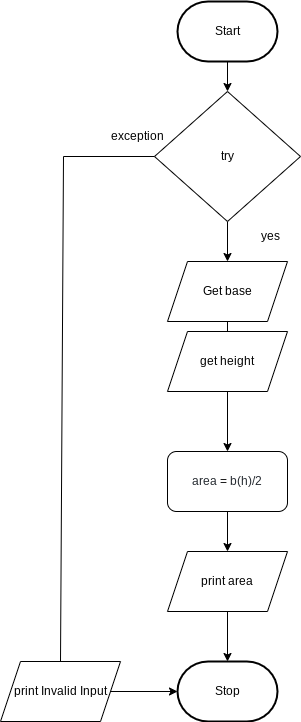
Above: Drawio/FlowChart.png in JacksonNaufal/-ICS3U-Unit5-02-Python (draw.io), before the change. Source tidied: cells renumbered, new cells last; positions are measured from the earlier drawing's top-left corner, leaving out a move shared by most shapes.
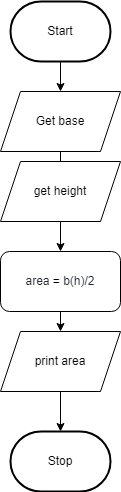
The same file after the commit.

Diff of the diagram source:
```diff
@@ -2,46 +2,21 @@
   <root>
     <mxCell id="0" />
     <mxCell id="1" parent="0" />
-    <mxCell id="2" style="edgeStyle=none;html=1;" parent="1" edge="1" source="3" target="7">
-      <mxGeometry relative="1" as="geometry" />
-    </mxCell>
+    <mxCell id="19" style="edgeStyle=none;html=1;entryX=0.5;entryY=0;entryDx=0;entryDy=0;" parent="1" edge="1" source="3" target="15">
+      <mxGeometry relative="1" as="geometry" />
+    </mxCell>
     <mxCell id="3" value="Start" style="strokeWidth=2;html=1;shape=mxgraph.flowchart.terminator;whiteSpace=wrap;" parent="1" vertex="1">
-      <mxGeometry x="177" width="100" height="60" as="geometry" />
+      <mxGeometry x="177" y="170" width="100" height="60" as="geometry" />
     </mxCell>
     <mxCell id="4" value="Stop" style="strokeWidth=2;html=1;shape=mxgraph.flowchart.terminator;whiteSpace=wrap;rounded=1;" parent="1" vertex="1">
-      <mxGeometry x="177" y="660" width="100" height="60" as="geometry" />
+      <mxGeometry x="177" y="600" width="100" height="60" as="geometry" />
     </mxCell>
-    <mxCell id="5" style="edgeStyle=none;html=1;fontSize=12;entryX=0;entryY=0.5;entryDx=0;entryDy=0;entryPerimeter=0;rounded=0;startArrow=none;" parent="1" edge="1" source="12" target="4">
-      <mxGeometry relative="1" as="geometry" />
-    </mxCell>
-    <mxCell id="6" style="edgeStyle=none;html=1;" parent="1" edge="1" source="7" target="15">
-      <mxGeometry relative="1" as="geometry" />
-    </mxCell>
-    <mxCell id="7" value="try" style="rhombus;whiteSpace=wrap;html=1;" parent="1" vertex="1">
-      <mxGeometry x="154" y="90" width="146" height="130" as="geometry" />
-    </mxCell>
     <mxCell id="8" style="edgeStyle=none;html=1;startArrow=none;" parent="1" edge="1" source="9" target="4">
       <mxGeometry relative="1" as="geometry" />
     </mxCell>
     <mxCell id="9" value="&lt;font style=&quot;font-size: 12px&quot;&gt;print area&lt;/font&gt;" style="shape=parallelogram;perimeter=parallelogramPerimeter;whiteSpace=wrap;html=1;fixedSize=1;fontSize=8;" parent="1" vertex="1">
-      <mxGeometry x="167" y="550" width="120" height="60" as="geometry" />
+      <mxGeometry x="167" y="500" width="120" height="60" as="geometry" />
     </mxCell>
-    <mxCell id="10" value="yes" style="text;html=1;strokeColor=none;fillColor=none;align=center;verticalAlign=middle;whiteSpace=wrap;rounded=0;fontSize=12;" parent="1" vertex="1">
-      <mxGeometry x="240" y="220" width="60" height="30" as="geometry" />
-    </mxCell>
-    <mxCell id="11" value="exception" style="text;html=1;strokeColor=none;fillColor=none;align=center;verticalAlign=middle;whiteSpace=wrap;rounded=0;fontSize=12;" parent="1" vertex="1">
-      <mxGeometry x="107" y="120" width="60" height="30" as="geometry" />
-    </mxCell>
-    <mxCell id="12" value="&lt;font style=&quot;font-size: 12px&quot;&gt;print Invalid Input&lt;/font&gt;" style="shape=parallelogram;perimeter=parallelogramPerimeter;whiteSpace=wrap;html=1;fixedSize=1;fontSize=8;" parent="1" vertex="1">
-      <mxGeometry y="660" width="120" height="60" as="geometry" />
-    </mxCell>
-    <mxCell id="13" style="edgeStyle=none;html=1;fontSize=12;entryX=0.5;entryY=0;entryDx=0;entryDy=0;rounded=0;endArrow=none;" parent="1" edge="1" source="7" target="12">
-      <mxGeometry relative="1" as="geometry">
-        <Array as="points">
-          <mxPoint x="63" y="155" />
-        </Array>
-      </mxGeometry>
-    </mxCell>
     <mxCell id="14" style="edgeStyle=none;html=1;" parent="1" edge="1" source="15" target="17">
       <mxGeometry relative="1" as="geometry" />
     </mxCell>
@@ -52,7 +27,7 @@
       <mxGeometry relative="1" as="geometry" />
     </mxCell>
     <mxCell id="17" value="&lt;span class=&quot;pl-s1&quot; style=&quot;box-sizing: border-box ; color: rgb(36 , 41 , 47) ; font-family: , , &amp;#34;sf mono&amp;#34; , &amp;#34;menlo&amp;#34; , &amp;#34;consolas&amp;#34; , &amp;#34;liberation mono&amp;#34; , monospace ; background-color: rgb(255 , 255 , 255)&quot;&gt;&lt;span class=&quot;pl-token&quot; style=&quot;box-sizing: border-box&quot;&gt;area&lt;/span&gt;&lt;/span&gt;&lt;span style=&quot;color: rgb(36 , 41 , 47) ; font-family: , , &amp;#34;sf mono&amp;#34; , &amp;#34;menlo&amp;#34; , &amp;#34;consolas&amp;#34; , &amp;#34;liberation mono&amp;#34; , monospace ; background-color: rgb(255 , 255 , 255)&quot;&gt;&amp;nbsp;&lt;/span&gt;&lt;span class=&quot;pl-c1&quot; style=&quot;box-sizing: border-box ; font-family: , , &amp;#34;sf mono&amp;#34; , &amp;#34;menlo&amp;#34; , &amp;#34;consolas&amp;#34; , &amp;#34;liberation mono&amp;#34; , monospace ; background-color: rgb(255 , 255 , 255)&quot;&gt;=&lt;/span&gt;&lt;span style=&quot;color: rgb(36 , 41 , 47) ; font-family: , , &amp;#34;sf mono&amp;#34; , &amp;#34;menlo&amp;#34; , &amp;#34;consolas&amp;#34; , &amp;#34;liberation mono&amp;#34; , monospace ; background-color: rgb(255 , 255 , 255)&quot;&gt;&amp;nbsp;b(h)/2&lt;/span&gt;" style="rounded=1;whiteSpace=wrap;html=1;" parent="1" vertex="1">
-      <mxGeometry x="167" y="450" width="120" height="60" as="geometry" />
+      <mxGeometry x="167" y="420" width="120" height="60" as="geometry" />
     </mxCell>
     <mxCell id="18" value="get height" style="shape=parallelogram;perimeter=parallelogramPerimeter;whiteSpace=wrap;html=1;fixedSize=1;" parent="1" vertex="1">
       <mxGeometry x="167" y="330" width="120" height="60" as="geometry" />
```
